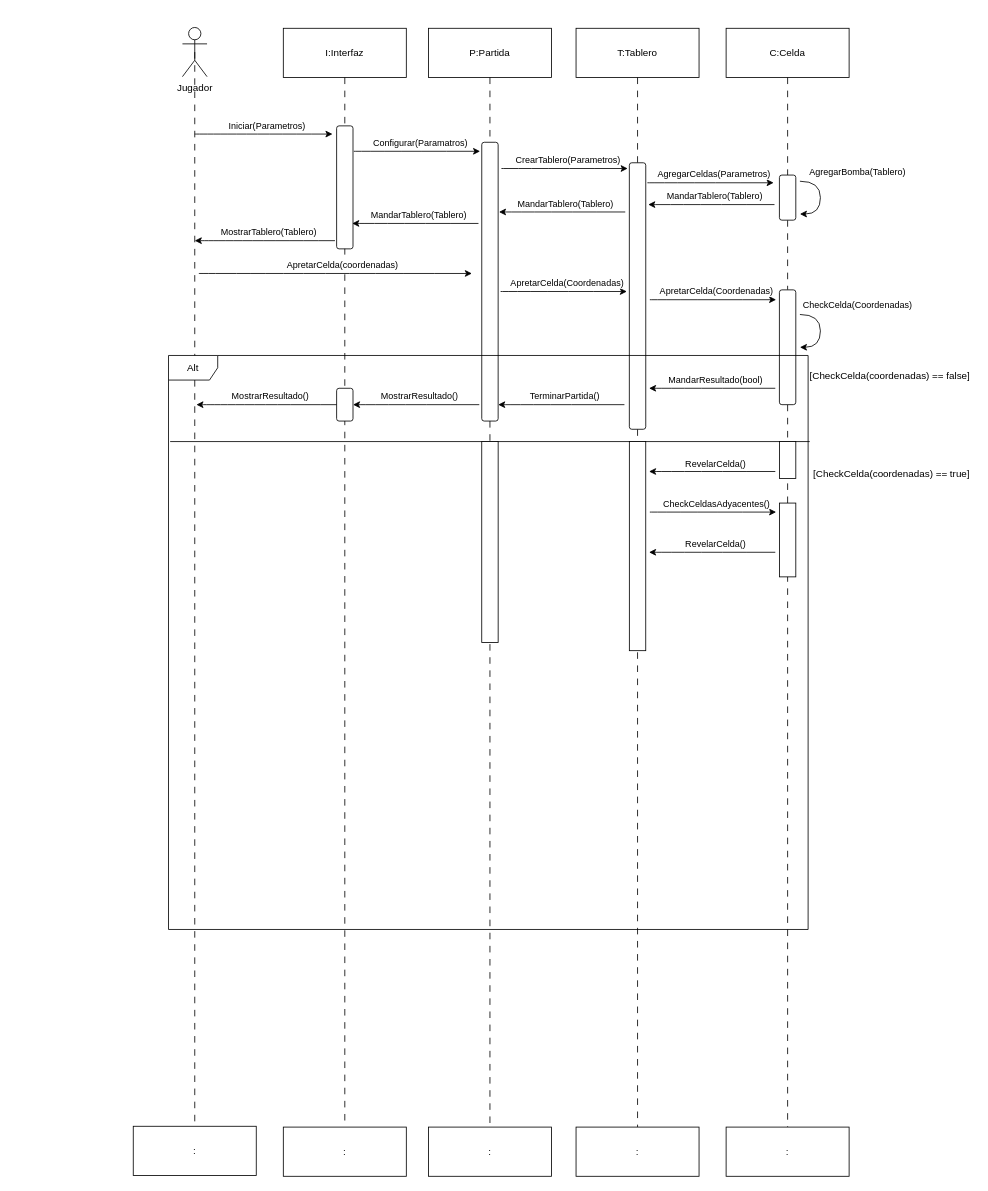
This is Diagramas/DiagramaDeSecuencia.drawio from RenatoAtencio/ProyectoArquitecturaDeSoftware, a draw.io file, before an edit. Source tidied: cells renumbered, new cells numbered last; positions are measured from the earlier drawing's top-left corner, leaving out a move shared by most shapes. Both pictures are drawn from the tidied source at 82%, with x=0, y=0 at pixel (133, 27).
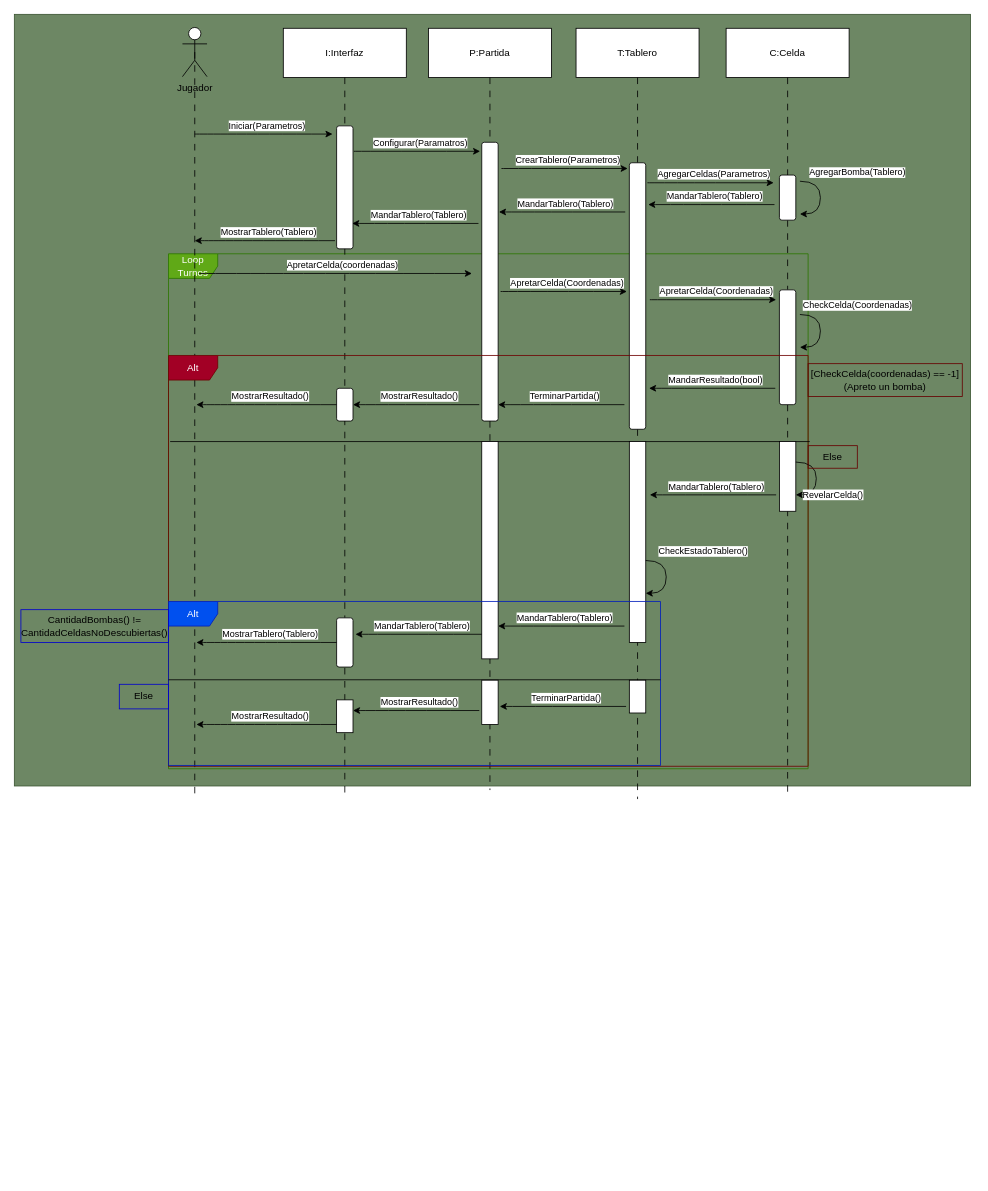
The same diagram, later.

Unchanged cells that the change refers to:
```xml
<mxCell id="2" value="Jugador" style="shape=umlActor;verticalLabelPosition=bottom;verticalAlign=top;html=1;outlineConnect=0;" parent="1" vertex="1">
  <mxGeometry x="60" width="30" height="60" as="geometry" />
</mxCell>
<mxCell id="12" style="rounded=1;whiteSpace=wrap;html=1;" parent="1" vertex="1">
  <mxGeometry x="425" y="140" width="20" height="340" as="geometry" />
</mxCell>
<mxCell id="14" style="rounded=1;whiteSpace=wrap;html=1;" parent="1" vertex="1">
  <mxGeometry x="605" y="165" width="20" height="325" as="geometry" />
</mxCell>
<mxCell id="15" value="I:Interfaz" style="rounded=0;whiteSpace=wrap;html=1;" parent="1" vertex="1">
  <mxGeometry x="183" y="1" width="150" height="60" as="geometry" />
</mxCell>
<mxCell id="32" style="rounded=1;whiteSpace=wrap;html=1;" parent="1" vertex="1">
  <mxGeometry x="788" y="320" width="20" height="140" as="geometry" />
</mxCell>
```

Diff of the diagram source:
```diff
@@
+    <mxCell id="55" style="rounded=0;whiteSpace=wrap;html=1;fillStyle=auto;strokeColor=#3A5431;fillColor=#6d8764;fontColor=#ffffff;" parent="1" vertex="1">
+      <mxGeometry x="-145" y="-16" width="1166" height="941" as="geometry" />
+    </mxCell>
+    <mxCell id="56" value="Loop Turnos" style="shape=umlFrame;whiteSpace=wrap;html=1;fillColor=#60a917;fontColor=#ffffff;strokeColor=#2D7600;" parent="1" vertex="1">
+      <mxGeometry x="43" y="276" width="780" height="628" as="geometry" />
+    </mxCell>
@@
-    <mxCell id="3" style="edgeStyle=none;html=1;exitX=0.5;exitY=1;exitDx=0;exitDy=0;endArrow=none;endFill=0;dashed=1;dashPattern=8 8;entryX=0.5;entryY=0;entryDx=0;entryDy=0;startArrow=none;" parent="1" edge="1" source="12" target="8">
-      <mxGeometry relative="1" as="geometry" />
+    <mxCell id="3" style="edgeStyle=none;html=1;exitX=0.5;exitY=1;exitDx=0;exitDy=0;endArrow=none;endFill=0;dashed=1;dashPattern=8 8;startArrow=none;" parent="1" edge="1" source="12">
+      <mxGeometry relative="1" as="geometry">
+        <mxPoint x="435" y="930" as="targetPoint" />
+      </mxGeometry>
     </mxCell>
@@
-    <mxCell id="6" style="edgeStyle=none;html=1;exitX=0.5;exitY=1;exitDx=0;exitDy=0;endArrow=none;endFill=0;dashed=1;dashPattern=8 8;entryX=0.5;entryY=0;entryDx=0;entryDy=0;startArrow=none;" parent="1" edge="1" source="14" target="7">
-      <mxGeometry relative="1" as="geometry" />
+    <mxCell id="6" style="edgeStyle=none;html=1;exitX=0.5;exitY=1;exitDx=0;exitDy=0;endArrow=none;endFill=0;dashed=1;dashPattern=8 8;startArrow=none;" parent="1" edge="1" source="14">
+      <mxGeometry relative="1" as="geometry">
+        <mxPoint x="615" y="941" as="targetPoint" />
+      </mxGeometry>
     </mxCell>
-    <mxCell id="7" value=":" style="rounded=0;whiteSpace=wrap;html=1;" parent="1" vertex="1">
-      <mxGeometry x="540" y="1341" width="150" height="60" as="geometry" />
-    </mxCell>
-    <mxCell id="8" value=":" style="rounded=0;whiteSpace=wrap;html=1;" parent="1" vertex="1">
-      <mxGeometry x="360" y="1341" width="150" height="60" as="geometry" />
-    </mxCell>
-    <mxCell id="9" style="edgeStyle=none;html=1;endArrow=none;endFill=0;dashed=1;dashPattern=8 8;entryX=0.5;entryY=0;entryDx=0;entryDy=0;startArrow=none;exitX=0.5;exitY=0.5;exitDx=0;exitDy=0;exitPerimeter=0;" parent="1" edge="1" source="2" target="10">
-      <mxGeometry relative="1" as="geometry" />
+    <mxCell id="9" style="edgeStyle=none;html=1;endArrow=none;endFill=0;dashed=1;dashPattern=8 8;startArrow=none;exitX=0.5;exitY=0.5;exitDx=0;exitDy=0;exitPerimeter=0;" parent="1" edge="1" source="2">
+      <mxGeometry relative="1" as="geometry">
+        <mxPoint x="75" y="937" as="targetPoint" />
+      </mxGeometry>
     </mxCell>
-    <mxCell id="10" value=":" style="rounded=0;whiteSpace=wrap;html=1;" parent="1" vertex="1">
-      <mxGeometry y="1340" width="150" height="60" as="geometry" />
-    </mxCell>
@@
-    <mxCell id="16" value=":" style="rounded=0;whiteSpace=wrap;html=1;" parent="1" vertex="1">
-      <mxGeometry x="183" y="1341" width="150" height="60" as="geometry" />
-    </mxCell>
-    <mxCell id="17" style="edgeStyle=none;html=1;endArrow=none;endFill=0;dashed=1;dashPattern=8 8;entryX=0.5;entryY=0;entryDx=0;entryDy=0;startArrow=none;" parent="1" edge="1" source="15" target="16">
-      <mxGeometry relative="1" as="geometry" />
+    <mxCell id="17" style="edgeStyle=none;html=1;endArrow=none;endFill=0;dashed=1;dashPattern=8 8;startArrow=none;" parent="1" edge="1" source="15">
+      <mxGeometry relative="1" as="geometry">
+        <mxPoint x="258" y="933" as="targetPoint" />
+      </mxGeometry>
     </mxCell>
@@
-    <mxCell id="29" style="edgeStyle=none;html=1;exitX=0.5;exitY=1;exitDx=0;exitDy=0;endArrow=none;endFill=0;dashed=1;dashPattern=8 8;entryX=0.5;entryY=0;entryDx=0;entryDy=0;startArrow=none;" parent="1" edge="1" source="32" target="30">
-      <mxGeometry relative="1" as="geometry" />
+    <mxCell id="29" style="edgeStyle=none;html=1;exitX=0.5;exitY=1;exitDx=0;exitDy=0;endArrow=none;endFill=0;dashed=1;dashPattern=8 8;startArrow=none;" parent="1" edge="1" source="32">
+      <mxGeometry relative="1" as="geometry">
+        <mxPoint x="798" y="933" as="targetPoint" />
+      </mxGeometry>
     </mxCell>
-    <mxCell id="30" value=":" style="rounded=0;whiteSpace=wrap;html=1;" parent="1" vertex="1">
-      <mxGeometry x="723" y="1341" width="150" height="60" as="geometry" />
-    </mxCell>
@@
-    <mxCell id="39" value="Alt" style="shape=umlFrame;whiteSpace=wrap;html=1;" parent="1" vertex="1">
-      <mxGeometry x="43" y="400" width="780" height="700" as="geometry" />
+    <mxCell id="39" value="Alt" style="shape=umlFrame;whiteSpace=wrap;html=1;fillColor=#a20025;fontColor=#ffffff;strokeColor=#6F0000;" parent="1" vertex="1">
+      <mxGeometry x="43" y="400" width="780" height="501" as="geometry" />
     </mxCell>
@@
-    <mxCell id="41" value="[CheckCelda(coordenadas) == false]" style="text;html=1;strokeColor=none;fillColor=none;align=center;verticalAlign=middle;whiteSpace=wrap;rounded=0;" parent="1" vertex="1">
-      <mxGeometry x="823" y="410" width="200" height="30" as="geometry" />
-    </mxCell>
@@
-    <mxCell id="47" value="[CheckCelda(coordenadas) == true]" style="text;html=1;strokeColor=none;fillColor=none;align=center;verticalAlign=middle;whiteSpace=wrap;rounded=0;" parent="1" vertex="1">
-      <mxGeometry x="825" y="530" width="200" height="30" as="geometry" />
-    </mxCell>
     <mxCell id="48" style="rounded=0;whiteSpace=wrap;html=1;" parent="1" vertex="1">
-      <mxGeometry x="788" y="505" width="20" height="45" as="geometry" />
+      <mxGeometry x="788" y="505" width="20" height="85" as="geometry" />
     </mxCell>
     <mxCell id="49" style="rounded=0;whiteSpace=wrap;html=1;" parent="1" vertex="1">
-      <mxGeometry x="605" y="505" width="20" height="255" as="geometry" />
+      <mxGeometry x="605" y="505" width="20" height="245" as="geometry" />
     </mxCell>
     <mxCell id="50" style="rounded=0;whiteSpace=wrap;html=1;" parent="1" vertex="1">
-      <mxGeometry x="425" y="505" width="20" height="245" as="geometry" />
+      <mxGeometry x="425" y="505" width="20" height="265" as="geometry" />
     </mxCell>
-    <mxCell id="51" value="RevelarCelda()" style="endArrow=none;html=1;curved=1;jumpStyle=arc;endFill=0;startArrow=classic;startFill=1;" parent="1" edge="1">
-      <mxGeometry x="0.05" y="10" relative="1" as="geometry">
-        <mxPoint x="629" y="541.5" as="sourcePoint" />
-        <mxPoint x="783" y="541.5" as="targetPoint" />
-      </mxGeometry>
-    </mxCell>
-    <mxCell id="52" value="CheckCeldasAdyacentes()" style="endArrow=classic;html=1;curved=1;jumpStyle=arc;endFill=1;startArrow=none;startFill=0;" parent="1" edge="1">
-      <mxGeometry x="0.05" y="10" relative="1" as="geometry">
-        <mxPoint x="630" y="591" as="sourcePoint" />
-        <mxPoint x="784" y="591" as="targetPoint" />
-      </mxGeometry>
-    </mxCell>
-    <mxCell id="53" style="rounded=0;whiteSpace=wrap;html=1;" parent="1" vertex="1">
-      <mxGeometry x="788" y="580" width="20" height="90" as="geometry" />
-    </mxCell>
-    <mxCell id="54" value="RevelarCelda()" style="endArrow=none;html=1;curved=1;jumpStyle=arc;endFill=0;startArrow=classic;startFill=1;" parent="1" edge="1">
-      <mxGeometry x="0.05" y="10" relative="1" as="geometry">
-        <mxPoint x="629" y="640" as="sourcePoint" />
-        <mxPoint x="783" y="640" as="targetPoint" />
-      </mxGeometry>
-    </mxCell>
+    <mxCell id="57" value="RevelarCelda()" style="endArrow=classic;html=1;endFill=1;jumpStyle=arc;startArrow=none;startFill=0;edgeStyle=orthogonalEdgeStyle;curved=1;" parent="1" edge="1">
+      <mxGeometry x="0.44" y="20" relative="1" as="geometry">
+        <mxPoint x="808" y="530" as="sourcePoint" />
+        <mxPoint x="808" y="570" as="targetPoint" />
+        <Array as="points">
+          <mxPoint x="833" y="530" />
+          <mxPoint x="833" y="570" />
+          <mxPoint x="808" y="570" />
+        </Array>
+        <mxPoint x="20" y="-20" as="offset" />
+      </mxGeometry>
+    </mxCell>
+    <mxCell id="58" value="MandarTablero(Tablero)" style="endArrow=none;html=1;curved=1;jumpStyle=arc;endFill=0;startArrow=classic;startFill=1;" parent="1" edge="1">
+      <mxGeometry x="0.05" y="10" relative="1" as="geometry">
+        <mxPoint x="630" y="570" as="sourcePoint" />
+        <mxPoint x="784" y="570" as="targetPoint" />
+      </mxGeometry>
+    </mxCell>
+    <mxCell id="59" value="MandarTablero(Tablero)" style="endArrow=none;html=1;curved=1;jumpStyle=arc;endFill=0;startArrow=classic;startFill=1;" parent="1" edge="1">
+      <mxGeometry x="0.05" y="10" relative="1" as="geometry">
+        <mxPoint x="445" y="730" as="sourcePoint" />
+        <mxPoint x="599" y="730" as="targetPoint" />
+      </mxGeometry>
+    </mxCell>
+    <mxCell id="60" value="MandarTablero(Tablero)" style="endArrow=none;html=1;curved=1;jumpStyle=arc;endFill=0;startArrow=classic;startFill=1;" parent="1" edge="1">
+      <mxGeometry x="0.05" y="10" relative="1" as="geometry">
+        <mxPoint x="271" y="740" as="sourcePoint" />
+        <mxPoint x="425" y="740" as="targetPoint" />
+      </mxGeometry>
+    </mxCell>
+    <mxCell id="61" style="rounded=1;whiteSpace=wrap;html=1;" parent="1" vertex="1">
+      <mxGeometry x="248" y="720" width="20" height="60" as="geometry" />
+    </mxCell>
+    <mxCell id="62" value="MostrarTablero(Tablero)" style="endArrow=none;html=1;curved=1;jumpStyle=arc;endFill=0;startArrow=classic;startFill=1;" parent="1" edge="1">
+      <mxGeometry x="0.05" y="10" relative="1" as="geometry">
+        <mxPoint x="77" y="750" as="sourcePoint" />
+        <mxPoint x="248" y="750" as="targetPoint" />
+      </mxGeometry>
+    </mxCell>
+    <mxCell id="63" value="CheckEstadoTablero()" style="endArrow=classic;html=1;endFill=1;jumpStyle=arc;startArrow=none;startFill=0;edgeStyle=orthogonalEdgeStyle;curved=1;" parent="1" edge="1">
+      <mxGeometry x="-0.44" y="46" relative="1" as="geometry">
+        <mxPoint x="625" y="650" as="sourcePoint" />
+        <mxPoint x="625" y="690" as="targetPoint" />
+        <Array as="points">
+          <mxPoint x="650" y="650" />
+          <mxPoint x="650" y="690" />
+          <mxPoint x="625" y="690" />
+        </Array>
+        <mxPoint x="-1" y="-11" as="offset" />
+      </mxGeometry>
+    </mxCell>
+    <mxCell id="64" value="Alt" style="shape=umlFrame;whiteSpace=wrap;html=1;fillColor=#0050ef;fontColor=#ffffff;strokeColor=#001DBC;" parent="1" vertex="1">
+      <mxGeometry x="43" y="700" width="600" height="200" as="geometry" />
+    </mxCell>
+    <mxCell id="65" style="line;strokeWidth=1;fillColor=none;align=left;verticalAlign=middle;spacingTop=-1;spacingLeft=3;spacingRight=3;labelPosition=right;strokeColor=inherit;" parent="1" vertex="1">
+      <mxGeometry x="43" y="750" width="600" height="91" as="geometry" />
+    </mxCell>
+    <mxCell id="66" style="rounded=0;whiteSpace=wrap;html=1;" parent="1" vertex="1">
+      <mxGeometry x="605" y="796" width="20" height="40" as="geometry" />
+    </mxCell>
+    <mxCell id="67" style="rounded=0;whiteSpace=wrap;html=1;" parent="1" vertex="1">
+      <mxGeometry x="425" y="796" width="20" height="54" as="geometry" />
+    </mxCell>
+    <mxCell id="68" style="rounded=0;whiteSpace=wrap;html=1;" parent="1" vertex="1">
+      <mxGeometry x="248" y="820" width="20" height="40" as="geometry" />
+    </mxCell>
+    <mxCell id="69" value="TerminarPartida()" style="endArrow=none;html=1;curved=1;jumpStyle=arc;endFill=0;startArrow=classic;startFill=1;" parent="1" edge="1">
+      <mxGeometry x="0.05" y="10" relative="1" as="geometry">
+        <mxPoint x="447" y="828" as="sourcePoint" />
+        <mxPoint x="601" y="828" as="targetPoint" />
+      </mxGeometry>
+    </mxCell>
+    <mxCell id="70" value="MostrarResultado()" style="endArrow=none;html=1;curved=1;jumpStyle=arc;endFill=0;startArrow=classic;startFill=1;" parent="1" edge="1">
+      <mxGeometry x="0.05" y="10" relative="1" as="geometry">
+        <mxPoint x="268" y="833" as="sourcePoint" />
+        <mxPoint x="422" y="833" as="targetPoint" />
+      </mxGeometry>
+    </mxCell>
+    <mxCell id="71" value="MostrarResultado()" style="endArrow=none;html=1;curved=1;jumpStyle=arc;endFill=0;startArrow=classic;startFill=1;" parent="1" edge="1">
+      <mxGeometry x="0.05" y="10" relative="1" as="geometry">
+        <mxPoint x="77" y="850" as="sourcePoint" />
+        <mxPoint x="248" y="850" as="targetPoint" />
+      </mxGeometry>
+    </mxCell>
+    <mxCell id="72" value="[CheckCelda(coordenadas) == -1] (Apreto un bomba)" style="rounded=0;whiteSpace=wrap;html=1;fillColor=none;fillStyle=auto;strokeColor=#660000;align=center;" parent="1" vertex="1">
+      <mxGeometry x="823" y="410" width="188" height="40" as="geometry" />
+    </mxCell>
+    <mxCell id="73" value="Else" style="rounded=0;whiteSpace=wrap;html=1;fillColor=none;fillStyle=auto;strokeColor=#660000;" parent="1" vertex="1">
+      <mxGeometry x="823" y="510" width="60" height="27.5" as="geometry" />
+    </mxCell>
+    <mxCell id="74" value="Else" style="rounded=0;whiteSpace=wrap;html=1;fillColor=none;fillStyle=auto;strokeColor=#0000CC;" parent="1" vertex="1">
+      <mxGeometry x="-17" y="801" width="60" height="30" as="geometry" />
+    </mxCell>
+    <mxCell id="75" value="CantidadBombas() != CantidadCeldasNoDescubiertas()" style="rounded=0;whiteSpace=wrap;html=1;fillColor=none;fillStyle=auto;strokeColor=#0000CC;" parent="1" vertex="1">
+      <mxGeometry x="-137" y="710" width="180" height="40" as="geometry" />
+    </mxCell>
```
